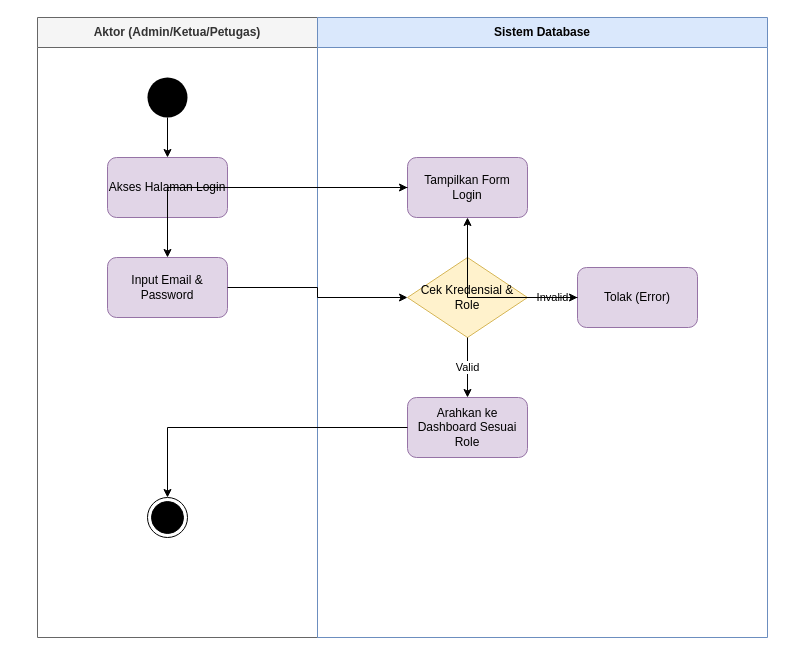
This is page "Login (Semua Role)" (1 of 16) of activity_diagram_lengkap.drawio from DaraAnggunJelita/jamur_tiram, a draw.io file, before an edit. Source tidied: cells renumbered, new cells numbered last; positions are measured from the earlier drawing's top-left corner, leaving out a move shared by most shapes. Both pictures are drawn from the tidied source at 100%, with x=0, y=0 at pixel (37, 17).
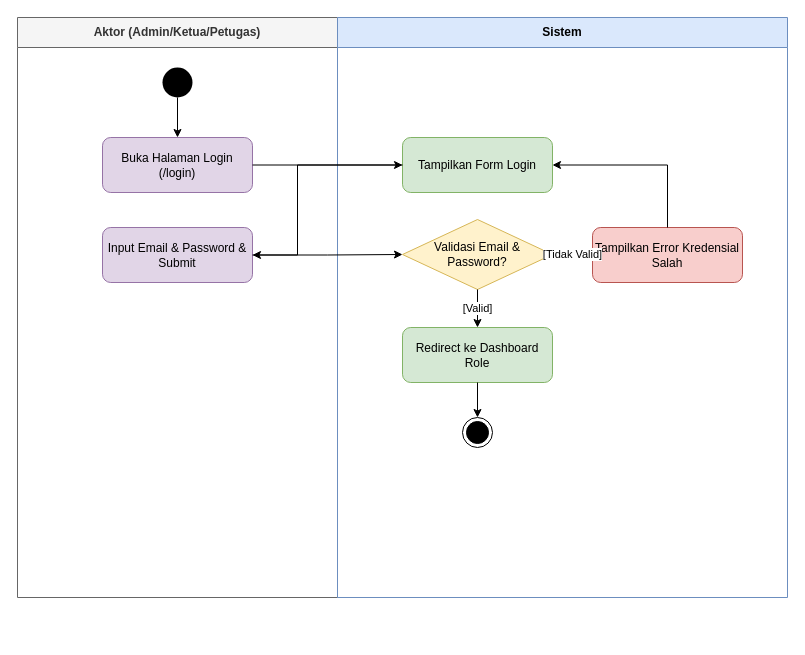
Above is the later version.

The edit, as a diff of the source:
```diff
@@
     <mxCell id="2" value="Aktor (Admin/Ketua/Petugas)" style="swimlane;whiteSpace=wrap;html=1;startSize=30;fillColor=#f5f5f5;fontColor=#333333;strokeColor=#666666;" parent="1" vertex="1">
-      <mxGeometry width="280" height="620" as="geometry" />
+      <mxGeometry x="-20" width="320" height="580" as="geometry" />
     </mxCell>
-    <mxCell id="3" value="Sistem Database" style="swimlane;whiteSpace=wrap;html=1;startSize=30;fillColor=#dae8fc;strokeColor=#6c8ebf;" parent="1" vertex="1">
-      <mxGeometry x="280" width="450" height="620" as="geometry" />
+    <mxCell id="3" value="Sistem" style="swimlane;whiteSpace=wrap;html=1;startSize=30;fillColor=#dae8fc;strokeColor=#6c8ebf;" parent="1" vertex="1">
+      <mxGeometry x="300" width="450" height="580" as="geometry" />
     </mxCell>
     <mxCell id="4" style="ellipse;fillColor=#000000;strokeColor=none;html=1;" parent="1" vertex="1">
-      <mxGeometry x="110" y="60" width="40" height="40" as="geometry" />
+      <mxGeometry x="125" y="50" width="30" height="30" as="geometry" />
     </mxCell>
-    <mxCell id="5" value="Akses Halaman Login" style="rounded=1;whiteSpace=wrap;html=1;fillColor=#e1d5e7;strokeColor=#9673a6;" parent="1" vertex="1">
-      <mxGeometry x="70" y="140" width="120" height="60" as="geometry" />
-    </mxCell>
+    <mxCell id="20" value="Buka Halaman Login (/login)" style="rounded=1;whiteSpace=wrap;html=1;fillColor=#e1d5e7;strokeColor=#9673a6;" parent="1" vertex="1">
+      <mxGeometry x="65" y="120" width="150" height="55" as="geometry" />
+    </mxCell>
-    <mxCell id="6" value="Tampilkan Form Login" style="rounded=1;whiteSpace=wrap;html=1;fillColor=#e1d5e7;strokeColor=#9673a6;" parent="1" vertex="1">
-      <mxGeometry x="370" y="140" width="120" height="60" as="geometry" />
+    <mxCell id="6" value="Tampilkan Form Login" style="rounded=1;whiteSpace=wrap;html=1;fillColor=#d5e8d4;strokeColor=#82b366;" parent="1" vertex="1">
+      <mxGeometry x="365" y="120" width="150" height="55" as="geometry" />
     </mxCell>
-    <mxCell id="7" value="Input Email &amp; Password" style="rounded=1;whiteSpace=wrap;html=1;fillColor=#e1d5e7;strokeColor=#9673a6;" parent="1" vertex="1">
-      <mxGeometry x="70" y="240" width="120" height="60" as="geometry" />
-    </mxCell>
-    <mxCell id="8" value="Cek Kredensial &amp; Role" style="rhombus;whiteSpace=wrap;html=1;fillColor=#fff2cc;strokeColor=#d6b656;" parent="1" vertex="1">
-      <mxGeometry x="370" y="240" width="120" height="80" as="geometry" />
-    </mxCell>
-    <mxCell id="9" value="Tolak (Error)" style="rounded=1;whiteSpace=wrap;html=1;fillColor=#e1d5e7;strokeColor=#9673a6;" parent="1" vertex="1">
-      <mxGeometry x="540" y="250" width="120" height="60" as="geometry" />
-    </mxCell>
-    <mxCell id="10" value="Arahkan ke Dashboard Sesuai Role" style="rounded=1;whiteSpace=wrap;html=1;fillColor=#e1d5e7;strokeColor=#9673a6;" parent="1" vertex="1">
-      <mxGeometry x="370" y="380" width="120" height="60" as="geometry" />
-    </mxCell>
-    <mxCell id="11" style="ellipse;shape=endState;fillColor=#000000;strokeColor=#000000;html=1;" parent="1" vertex="1">
-      <mxGeometry x="110" y="480" width="40" height="40" as="geometry" />
-    </mxCell>
+    <mxCell id="21" value="Input Email &amp; Password &amp; Submit" style="rounded=1;whiteSpace=wrap;html=1;fillColor=#e1d5e7;strokeColor=#9673a6;" parent="1" vertex="1">
+      <mxGeometry x="65" y="210" width="150" height="55" as="geometry" />
+    </mxCell>
+    <mxCell id="22" value="Validasi Email &amp; Password?" style="rhombus;whiteSpace=wrap;html=1;fillColor=#fff2cc;strokeColor=#d6b656;" parent="1" vertex="1">
+      <mxGeometry x="365" y="202" width="150" height="70" as="geometry" />
+    </mxCell>
+    <mxCell id="23" value="Tampilkan Error Kredensial Salah" style="rounded=1;whiteSpace=wrap;html=1;fillColor=#f8cecc;strokeColor=#b85450;" parent="1" vertex="1">
+      <mxGeometry x="555" y="210" width="150" height="55" as="geometry" />
+    </mxCell>
+    <mxCell id="24" value="Redirect ke Dashboard Role" style="rounded=1;whiteSpace=wrap;html=1;fillColor=#d5e8d4;strokeColor=#82b366;" parent="1" vertex="1">
+      <mxGeometry x="365" y="310" width="150" height="55" as="geometry" />
+    </mxCell>
+    <mxCell id="25" style="ellipse;shape=endState;fillColor=#000000;strokeColor=#000000;html=1;" parent="1" vertex="1">
+      <mxGeometry x="425" y="400" width="30" height="30" as="geometry" />
+    </mxCell>
-    <mxCell id="12" style="edgeStyle=orthogonalEdgeStyle;rounded=0;html=1;strokeColor=#000000;" parent="1" edge="1" source="4" target="5">
+    <mxCell id="12" style="edgeStyle=orthogonalEdgeStyle;rounded=0;html=1;jettySize=auto;strokeColor=#000000;exitX=0.5;exitY=1;entryX=0.5;entryY=0;" parent="1" edge="1" source="4" target="20">
       <mxGeometry relative="1" as="geometry" />
     </mxCell>
-    <mxCell id="13" style="edgeStyle=orthogonalEdgeStyle;rounded=0;html=1;strokeColor=#000000;" parent="1" edge="1" source="5" target="6">
+    <mxCell id="13" style="edgeStyle=orthogonalEdgeStyle;rounded=0;html=1;jettySize=auto;strokeColor=#000000;exitX=1;exitY=0.5;entryX=0;entryY=0.5;" parent="1" edge="1" source="20" target="6">
       <mxGeometry relative="1" as="geometry" />
     </mxCell>
-    <mxCell id="14" style="edgeStyle=orthogonalEdgeStyle;rounded=0;html=1;strokeColor=#000000;" parent="1" edge="1" source="6" target="7">
-      <mxGeometry relative="1" as="geometry" />
+    <mxCell id="14" style="edgeStyle=orthogonalEdgeStyle;rounded=0;html=1;jettySize=auto;strokeColor=#000000;exitX=0;exitY=0.5;entryX=1;entryY=0.5;" parent="1" edge="1" source="6" target="21">
+      <mxGeometry relative="1" as="geometry">
+        <Array as="points">
+          <mxPoint x="260" y="147.5" />
+          <mxPoint x="260" y="237.5" />
+        </Array>
+      </mxGeometry>
     </mxCell>
-    <mxCell id="15" style="edgeStyle=orthogonalEdgeStyle;rounded=0;html=1;strokeColor=#000000;" parent="1" edge="1" source="7" target="8">
+    <mxCell id="15" style="edgeStyle=orthogonalEdgeStyle;rounded=0;html=1;jettySize=auto;strokeColor=#000000;exitX=1;exitY=0.5;entryX=0;entryY=0.5;" parent="1" edge="1" source="21" target="22">
       <mxGeometry relative="1" as="geometry" />
     </mxCell>
-    <mxCell id="16" value="Valid" style="edgeStyle=orthogonalEdgeStyle;rounded=0;html=1;strokeColor=#000000;" parent="1" edge="1" source="8" target="10">
+    <mxCell id="16" value="[Tidak Valid]" style="edgeStyle=orthogonalEdgeStyle;rounded=0;html=1;jettySize=auto;strokeColor=#000000;exitX=1;exitY=0.5;entryX=0;entryY=0.5;" parent="1" edge="1" source="22" target="23">
       <mxGeometry relative="1" as="geometry" />
     </mxCell>
-    <mxCell id="17" value="Invalid" style="edgeStyle=orthogonalEdgeStyle;rounded=0;html=1;strokeColor=#000000;" parent="1" edge="1" source="8" target="9">
-      <mxGeometry relative="1" as="geometry" />
+    <mxCell id="17" style="edgeStyle=orthogonalEdgeStyle;rounded=0;html=1;jettySize=auto;strokeColor=#000000;exitX=0.5;exitY=0;entryX=1;entryY=0.5;" parent="1" edge="1" source="23" target="6">
+      <mxGeometry relative="1" as="geometry">
+        <Array as="points">
+          <mxPoint x="630" y="147.5" />
+        </Array>
+      </mxGeometry>
     </mxCell>
-    <mxCell id="18" style="edgeStyle=orthogonalEdgeStyle;rounded=0;html=1;strokeColor=#000000;" parent="1" edge="1" source="9" target="6">
+    <mxCell id="18" value="[Valid]" style="edgeStyle=orthogonalEdgeStyle;rounded=0;html=1;jettySize=auto;strokeColor=#000000;exitX=0.5;exitY=1;entryX=0.5;entryY=0;" parent="1" edge="1" source="22" target="24">
       <mxGeometry relative="1" as="geometry" />
     </mxCell>
-    <mxCell id="19" style="edgeStyle=orthogonalEdgeStyle;rounded=0;html=1;strokeColor=#000000;" parent="1" edge="1" source="10" target="11">
+    <mxCell id="19" style="edgeStyle=orthogonalEdgeStyle;rounded=0;html=1;jettySize=auto;strokeColor=#000000;exitX=0.5;exitY=1;entryX=0.5;entryY=0;" parent="1" edge="1" source="24" target="25">
       <mxGeometry relative="1" as="geometry" />
     </mxCell>
```
